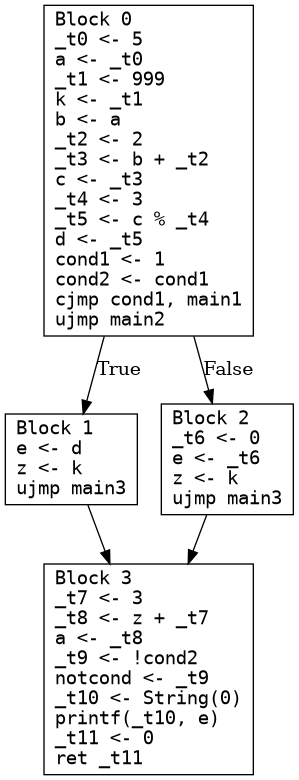
Before: main.png, a diagram exported from Graphviz (seanchuck/compiler-s25). Its source is kept beside it as main.dot.
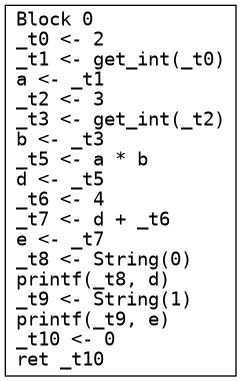
Above is the later version.

Diff of the diagram source:
```diff
@@ -1,11 +1,4 @@
 digraph CFG {
   node [shape=box fontname="monospace"];
-  0 [label="Block 0\l_t0 <- 5\la <- _t0\l_t1 <- 999\lk <- _t1\lb <- a\l_t2 <- 2\l_t3 <- b + _t2\lc <- _t3\l_t4 <- 3\l_t5 <- c % _t4\ld <- _t5\lcond1 <- 1\lcond2 <- cond1\lcjmp cond1, main1\lujmp main2\l"];
-  1 [label="Block 1\le <- d\lz <- k\lujmp main3\l"];
-  2 [label="Block 2\l_t6 <- 0\le <- _t6\lz <- k\lujmp main3\l"];
-  3 [label="Block 3\l_t7 <- 3\l_t8 <- z + _t7\la <- _t8\l_t9 <- !cond2\lnotcond <- _t9\l_t10 <- String(0)\lprintf(_t10, e)\l_t11 <- 0\lret _t11\l"];
-  0 -> 1 [label="True"];
-  0 -> 2 [label="False"];
-  1 -> 3 [label=""];
-  2 -> 3 [label=""];
+  0 [label="Block 0\l_t0 <- 2\l_t1 <- get_int(_t0)\la <- _t1\l_t2 <- 3\l_t3 <- get_int(_t2)\lb <- _t3\l_t5 <- a * b\ld <- _t5\l_t6 <- 4\l_t7 <- d + _t6\le <- _t7\l_t8 <- String(0)\lprintf(_t8, d)\l_t9 <- String(1)\lprintf(_t9, e)\l_t10 <- 0\lret _t10\l"];
 }
```
